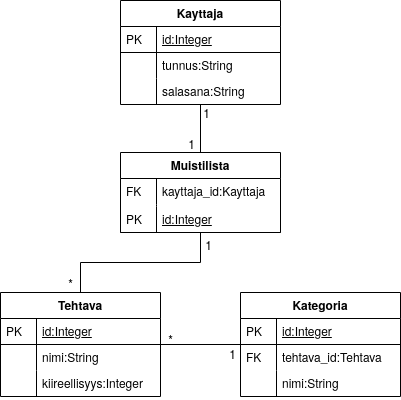
Earlier version of the draw.io export documentation/tietokantakaavio.png (Pentza/tsoha-todolist). Source tidied: cells renumbered, new cells last; positions are measured from the earlier drawing's top-left corner, leaving out a move shared by most shapes. Source of this version:
```xml
<mxGraphModel>
  <root>
    <mxCell id="0" />
    <mxCell id="1" parent="0" />
    <mxCell id="2" value="Kayttaja" style="swimlane;fontStyle=1;horizontal=1;startSize=26;rounded=0;shadow=0;strokeWidth=1;" parent="1" vertex="1">
      <mxGeometry x="120" width="160" height="104" as="geometry" />
    </mxCell>
    <mxCell id="3" value="id:Integer" style="shape=partialRectangle;top=0;left=0;right=0;bottom=1;align=left;verticalAlign=top;fillColor=none;spacingLeft=40;spacingRight=4;overflow=hidden;rounded=0;shadow=0;strokeWidth=1;fontStyle=4;" parent="2" vertex="1">
      <mxGeometry y="26" width="160" height="26" as="geometry" />
    </mxCell>
    <mxCell id="4" value="PK" style="shape=partialRectangle;top=0;left=0;bottom=0;fillColor=none;align=left;verticalAlign=top;spacingLeft=4;spacingRight=4;overflow=hidden;" parent="3" vertex="1">
      <mxGeometry width="36" height="26" as="geometry" />
    </mxCell>
    <mxCell id="5" value="tunnus:String" style="shape=partialRectangle;top=0;left=0;right=0;bottom=0;align=left;verticalAlign=top;fillColor=none;spacingLeft=40;spacingRight=4;overflow=hidden;rounded=0;shadow=0;strokeWidth=1;" parent="2" vertex="1">
      <mxGeometry y="52" width="160" height="26" as="geometry" />
    </mxCell>
    <mxCell id="6" style="shape=partialRectangle;top=0;left=0;bottom=0;fillColor=none;align=left;verticalAlign=top;spacingLeft=4;spacingRight=4;overflow=hidden;" parent="5" vertex="1">
      <mxGeometry width="36" height="26" as="geometry" />
    </mxCell>
    <mxCell id="7" value="salasana:String" style="shape=partialRectangle;top=0;left=0;right=0;bottom=0;align=left;verticalAlign=top;fillColor=none;spacingLeft=40;spacingRight=4;overflow=hidden;rounded=0;shadow=0;strokeWidth=1;" parent="2" vertex="1">
      <mxGeometry y="78" width="160" height="26" as="geometry" />
    </mxCell>
    <mxCell id="8" style="shape=partialRectangle;top=0;left=0;bottom=0;fillColor=none;align=left;verticalAlign=top;spacingLeft=4;spacingRight=4;overflow=hidden;" parent="7" vertex="1">
      <mxGeometry width="36" height="26" as="geometry" />
    </mxCell>
    <mxCell id="9" value="Tehtava" style="swimlane;fontStyle=1;horizontal=1;startSize=26;rounded=0;shadow=0;strokeWidth=1;" parent="1" vertex="1">
      <mxGeometry y="292" width="160" height="104" as="geometry" />
    </mxCell>
    <mxCell id="10" value="id:Integer" style="shape=partialRectangle;top=0;left=0;right=0;bottom=1;align=left;verticalAlign=top;fillColor=none;spacingLeft=40;spacingRight=4;overflow=hidden;rounded=0;shadow=0;strokeWidth=1;fontStyle=4;" parent="9" vertex="1">
      <mxGeometry y="26" width="160" height="26" as="geometry" />
    </mxCell>
    <mxCell id="11" value="PK" style="shape=partialRectangle;top=0;left=0;bottom=0;fillColor=none;align=left;verticalAlign=top;spacingLeft=4;spacingRight=4;overflow=hidden;" parent="10" vertex="1">
      <mxGeometry width="36" height="26" as="geometry" />
    </mxCell>
    <mxCell id="12" value="nimi:String" style="shape=partialRectangle;top=0;left=0;right=0;bottom=0;align=left;verticalAlign=top;fillColor=none;spacingLeft=40;spacingRight=4;overflow=hidden;rounded=0;shadow=0;strokeWidth=1;" parent="9" vertex="1">
      <mxGeometry y="52" width="160" height="26" as="geometry" />
    </mxCell>
    <mxCell id="13" style="shape=partialRectangle;top=0;left=0;bottom=0;fillColor=none;align=left;verticalAlign=top;spacingLeft=4;spacingRight=4;overflow=hidden;" parent="12" vertex="1">
      <mxGeometry width="36" height="26" as="geometry" />
    </mxCell>
    <mxCell id="14" value="kiireellisyys:Integer" style="shape=partialRectangle;top=0;left=0;right=0;bottom=0;align=left;verticalAlign=top;fillColor=none;spacingLeft=40;spacingRight=4;overflow=hidden;rounded=0;shadow=0;strokeWidth=1;" parent="9" vertex="1">
      <mxGeometry y="78" width="160" height="26" as="geometry" />
    </mxCell>
    <mxCell id="15" style="shape=partialRectangle;top=0;left=0;bottom=0;fillColor=none;align=left;verticalAlign=top;spacingLeft=4;spacingRight=4;overflow=hidden;" parent="14" vertex="1">
      <mxGeometry width="36" height="26" as="geometry" />
    </mxCell>
    <mxCell id="16" value="Kategoria" style="swimlane;fontStyle=1;horizontal=1;startSize=26;rounded=0;shadow=0;strokeWidth=1;" parent="1" vertex="1">
      <mxGeometry x="240" y="292" width="160" height="104" as="geometry" />
    </mxCell>
    <mxCell id="17" value="id:Integer" style="shape=partialRectangle;top=0;left=0;right=0;bottom=1;align=left;verticalAlign=top;fillColor=none;spacingLeft=40;spacingRight=4;overflow=hidden;rounded=0;shadow=0;strokeWidth=1;fontStyle=4;" parent="16" vertex="1">
      <mxGeometry y="26" width="160" height="26" as="geometry" />
    </mxCell>
    <mxCell id="18" value="PK" style="shape=partialRectangle;top=0;left=0;bottom=0;fillColor=none;align=left;verticalAlign=top;spacingLeft=4;spacingRight=4;overflow=hidden;" parent="17" vertex="1">
      <mxGeometry width="36" height="26" as="geometry" />
    </mxCell>
    <mxCell id="19" value="tehtava_id:Tehtava" style="shape=partialRectangle;top=0;left=0;right=0;bottom=0;align=left;verticalAlign=top;fillColor=none;spacingLeft=40;spacingRight=4;overflow=hidden;rounded=0;shadow=0;strokeWidth=1;" parent="16" vertex="1">
      <mxGeometry y="52" width="160" height="26" as="geometry" />
    </mxCell>
    <mxCell id="20" value="FK" style="shape=partialRectangle;top=0;left=0;bottom=0;fillColor=none;align=left;verticalAlign=top;spacingLeft=4;spacingRight=4;overflow=hidden;" parent="19" vertex="1">
      <mxGeometry width="36" height="26" as="geometry" />
    </mxCell>
    <mxCell id="21" value="nimi:String" style="shape=partialRectangle;top=0;left=0;right=0;bottom=0;align=left;verticalAlign=top;fillColor=none;spacingLeft=40;spacingRight=4;overflow=hidden;rounded=0;shadow=0;strokeWidth=1;" parent="16" vertex="1">
      <mxGeometry y="78" width="160" height="26" as="geometry" />
    </mxCell>
    <mxCell id="22" style="shape=partialRectangle;top=0;left=0;bottom=0;fillColor=none;align=left;verticalAlign=top;spacingLeft=4;spacingRight=4;overflow=hidden;" parent="21" vertex="1">
      <mxGeometry width="36" height="26" as="geometry" />
    </mxCell>
    <mxCell id="23" style="edgeStyle=orthogonalEdgeStyle;rounded=0;jettySize=auto;html=1;exitX=0.5;exitY=0;exitDx=0;exitDy=0;entryX=0.5;entryY=1;entryDx=0;entryDy=0;endArrow=none;endFill=0;" parent="1" edge="1" source="24" target="2">
      <mxGeometry relative="1" as="geometry" />
    </mxCell>
    <mxCell id="24" value="Muistilista" style="swimlane;fontStyle=1;horizontal=1;startSize=26;rounded=0;shadow=0;strokeWidth=1;" parent="1" vertex="1">
      <mxGeometry x="120" y="152" width="160" height="80" as="geometry" />
    </mxCell>
    <mxCell id="25" value="kayttaja_id:Kayttaja" style="shape=partialRectangle;top=0;left=0;right=0;bottom=0;align=left;verticalAlign=top;fillColor=none;spacingLeft=40;spacingRight=4;overflow=hidden;rounded=0;shadow=0;strokeWidth=1;" parent="24" vertex="1">
      <mxGeometry y="26" width="160" height="26" as="geometry" />
    </mxCell>
    <mxCell id="26" value="FK" style="shape=partialRectangle;top=0;left=0;bottom=0;fillColor=none;align=left;verticalAlign=top;spacingLeft=4;spacingRight=4;overflow=hidden;" parent="25" vertex="1">
      <mxGeometry width="36" height="26" as="geometry" />
    </mxCell>
    <mxCell id="27" style="shape=partialRectangle;top=0;left=0;right=0;bottom=0;align=left;verticalAlign=top;fillColor=none;spacingLeft=40;spacingRight=4;overflow=hidden;rounded=0;shadow=0;strokeWidth=1;" parent="24" vertex="1">
      <mxGeometry y="52" width="160" height="2" as="geometry" />
    </mxCell>
    <mxCell id="28" style="shape=partialRectangle;top=0;left=0;bottom=0;fillColor=none;align=left;verticalAlign=top;spacingLeft=4;spacingRight=4;overflow=hidden;" parent="27" vertex="1">
      <mxGeometry width="36" height="2" as="geometry" />
    </mxCell>
    <mxCell id="29" value="id:Integer" style="shape=partialRectangle;top=0;left=0;right=0;bottom=1;align=left;verticalAlign=top;fillColor=none;spacingLeft=40;spacingRight=4;overflow=hidden;rounded=0;shadow=0;strokeWidth=1;fontStyle=4;" parent="24" vertex="1">
      <mxGeometry y="54" width="160" height="26" as="geometry" />
    </mxCell>
    <mxCell id="30" value="PK" style="shape=partialRectangle;top=0;left=0;bottom=0;fillColor=none;align=left;verticalAlign=top;spacingLeft=4;spacingRight=4;overflow=hidden;" parent="29" vertex="1">
      <mxGeometry width="36" height="26" as="geometry" />
    </mxCell>
    <mxCell id="31" style="edgeStyle=orthogonalEdgeStyle;rounded=0;jettySize=auto;html=1;endArrow=none;endFill=0;" parent="1" edge="1" source="9" target="24">
      <mxGeometry relative="1" as="geometry" />
    </mxCell>
    <mxCell id="32" style="edgeStyle=orthogonalEdgeStyle;rounded=0;jettySize=auto;html=1;endArrow=none;endFill=0;" parent="1" edge="1" source="9" target="16">
      <mxGeometry relative="1" as="geometry" />
    </mxCell>
    <mxCell id="33" value="&lt;div&gt;1&lt;/div&gt;" style="text;html=1;align=center;verticalAlign=middle;" parent="1" vertex="1">
      <mxGeometry x="222" y="343" width="20" height="20" as="geometry" />
    </mxCell>
    <mxCell id="34" value="*" style="text;html=1;align=center;verticalAlign=middle;" parent="1" vertex="1">
      <mxGeometry x="160" y="328" width="20" height="20" as="geometry" />
    </mxCell>
    <mxCell id="35" value="*" style="text;html=1;align=center;verticalAlign=middle;" parent="1" vertex="1">
      <mxGeometry x="60" y="272" width="20" height="20" as="geometry" />
    </mxCell>
    <mxCell id="36" value="&lt;div&gt;1&lt;/div&gt;" style="text;html=1;align=center;verticalAlign=middle;" parent="1" vertex="1">
      <mxGeometry x="198" y="234" width="20" height="20" as="geometry" />
    </mxCell>
    <mxCell id="37" value="&lt;div&gt;1&lt;/div&gt;" style="text;html=1;align=center;verticalAlign=middle;" parent="1" vertex="1">
      <mxGeometry x="196" y="102" width="20" height="20" as="geometry" />
    </mxCell>
    <mxCell id="38" value="&lt;div&gt;1&lt;/div&gt;" style="text;html=1;align=center;verticalAlign=middle;" parent="1" vertex="1">
      <mxGeometry x="181" y="133" width="20" height="20" as="geometry" />
    </mxCell>
  </root>
</mxGraphModel>
```
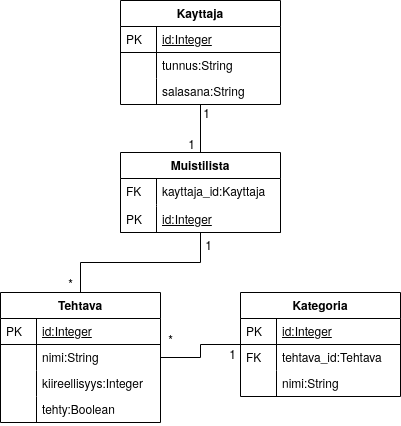
Later version of the same file.

The edit, as a diff of the source:
```diff
@@ -24,7 +24,7 @@
       <mxGeometry width="36" height="26" as="geometry" />
     </mxCell>
     <mxCell id="9" value="Tehtava" style="swimlane;fontStyle=1;horizontal=1;startSize=26;rounded=0;shadow=0;strokeWidth=1;" parent="1" vertex="1">
-      <mxGeometry y="292" width="160" height="104" as="geometry" />
+      <mxGeometry y="292" width="160" height="130" as="geometry" />
     </mxCell>
     <mxCell id="10" value="id:Integer" style="shape=partialRectangle;top=0;left=0;right=0;bottom=1;align=left;verticalAlign=top;fillColor=none;spacingLeft=40;spacingRight=4;overflow=hidden;rounded=0;shadow=0;strokeWidth=1;fontStyle=4;" parent="9" vertex="1">
       <mxGeometry y="26" width="160" height="26" as="geometry" />
@@ -38,8 +38,14 @@
     <mxCell id="13" style="shape=partialRectangle;top=0;left=0;bottom=0;fillColor=none;align=left;verticalAlign=top;spacingLeft=4;spacingRight=4;overflow=hidden;" parent="12" vertex="1">
       <mxGeometry width="36" height="26" as="geometry" />
     </mxCell>
+    <mxCell id="39" value="kiireellisyys:Integer" style="shape=partialRectangle;top=0;left=0;right=0;bottom=0;align=left;verticalAlign=top;fillColor=none;spacingLeft=40;spacingRight=4;overflow=hidden;rounded=0;shadow=0;strokeWidth=1;" parent="9" vertex="1">
+      <mxGeometry y="78" width="160" height="26" as="geometry" />
+    </mxCell>
+    <mxCell id="40" style="shape=partialRectangle;top=0;left=0;bottom=0;fillColor=none;align=left;verticalAlign=top;spacingLeft=4;spacingRight=4;overflow=hidden;" parent="39" vertex="1">
+      <mxGeometry width="36" height="26" as="geometry" />
+    </mxCell>
-    <mxCell id="14" value="kiireellisyys:Integer" style="shape=partialRectangle;top=0;left=0;right=0;bottom=0;align=left;verticalAlign=top;fillColor=none;spacingLeft=40;spacingRight=4;overflow=hidden;rounded=0;shadow=0;strokeWidth=1;" parent="9" vertex="1">
-      <mxGeometry y="78" width="160" height="26" as="geometry" />
+    <mxCell id="14" value="tehty:Boolean" style="shape=partialRectangle;top=0;left=0;right=0;bottom=0;align=left;verticalAlign=top;fillColor=none;spacingLeft=40;spacingRight=4;overflow=hidden;rounded=0;shadow=0;strokeWidth=1;" parent="9" vertex="1">
+      <mxGeometry y="104" width="160" height="26" as="geometry" />
     </mxCell>
     <mxCell id="15" style="shape=partialRectangle;top=0;left=0;bottom=0;fillColor=none;align=left;verticalAlign=top;spacingLeft=4;spacingRight=4;overflow=hidden;" parent="14" vertex="1">
       <mxGeometry width="36" height="26" as="geometry" />
```
